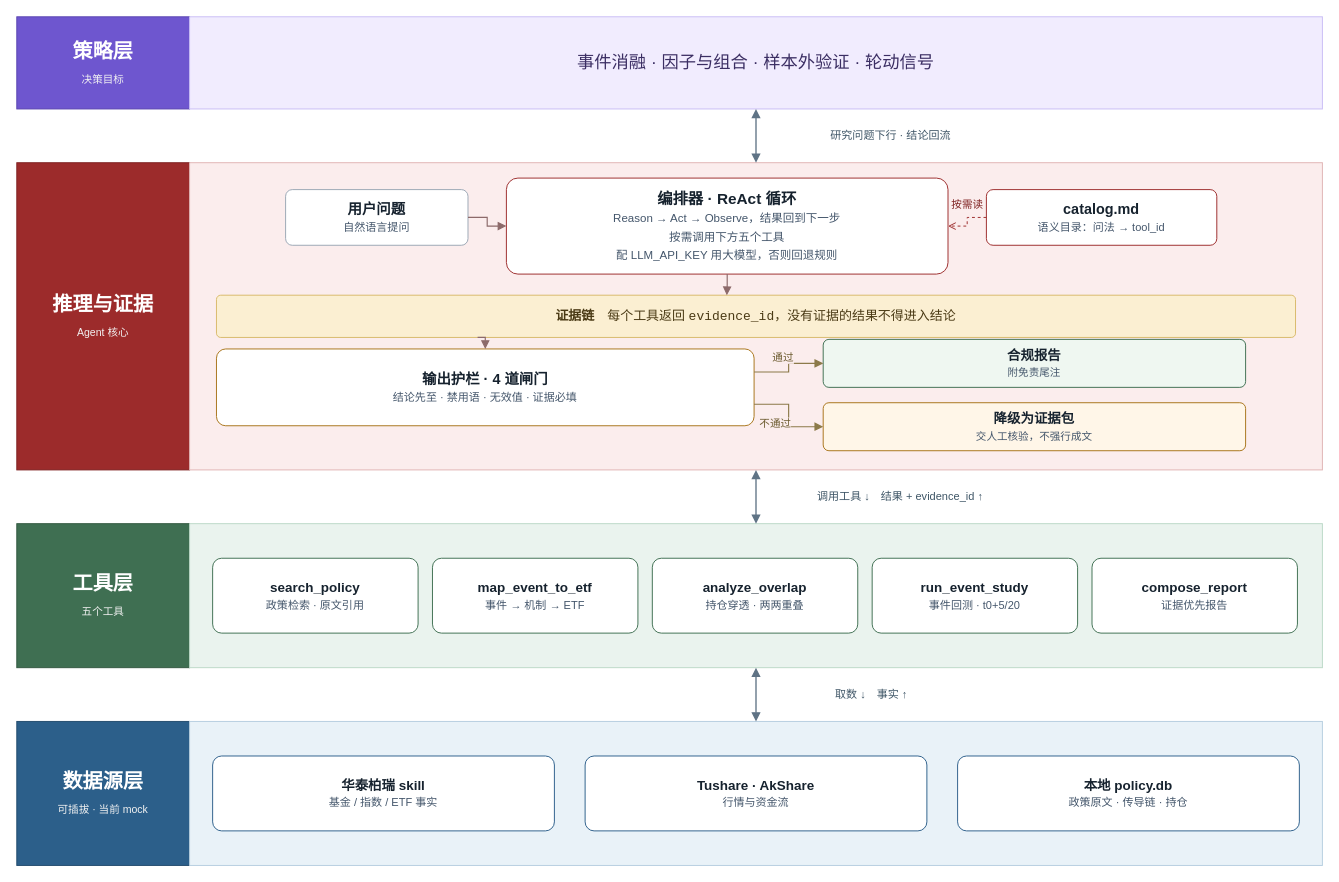
Earlier version of the draw.io diagram docs/architecture.drawio (ChinaLyn/etf-research-agent). Source tidied: cells renumbered, new cells numbered last; positions are measured from the earlier drawing's top-left corner, leaving out a move shared by most shapes. Both pictures are drawn from the tidied source at 96%, with x=0, y=0 at pixel (16, 16).
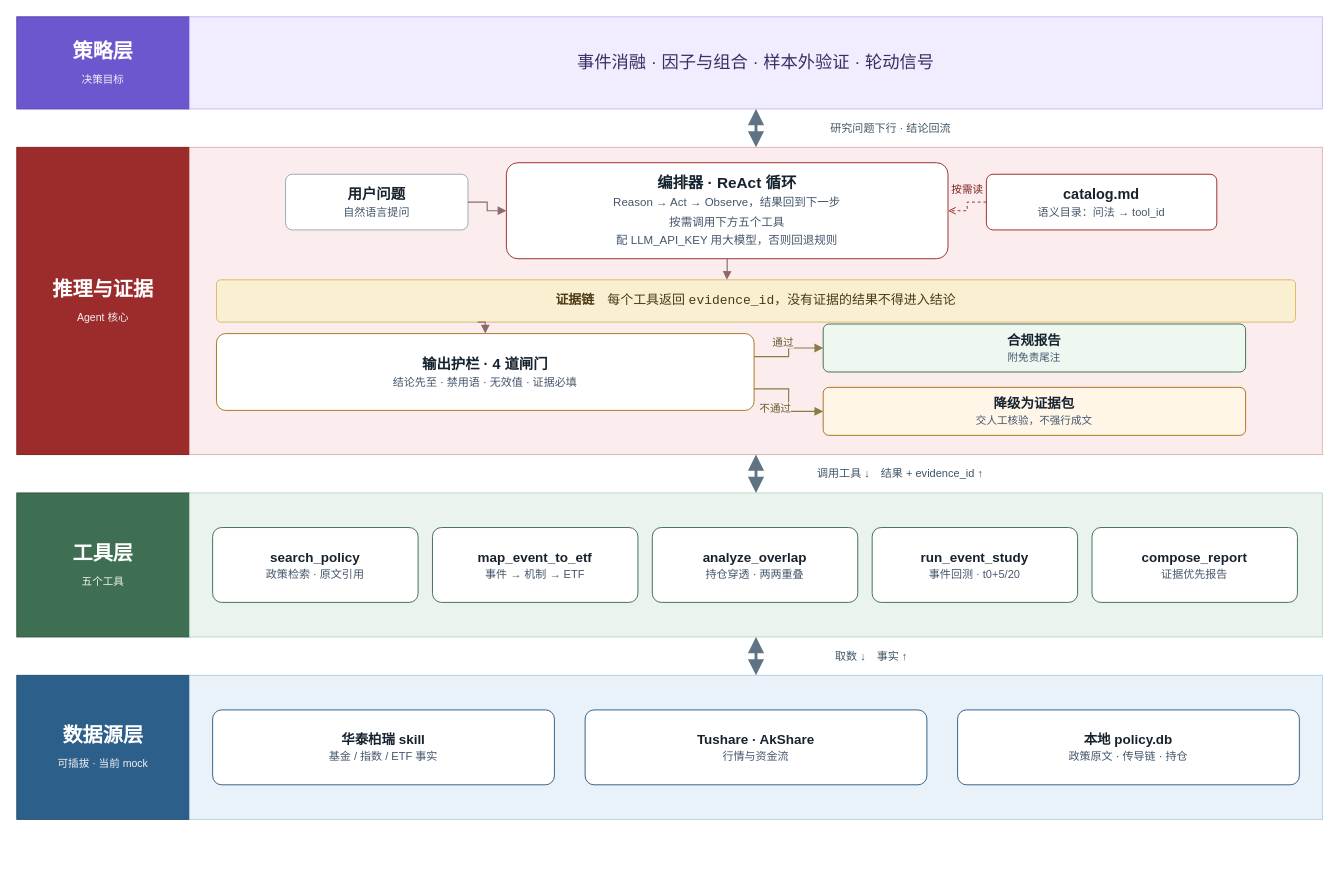
After the change.

Commit message (it also covers changes not shown here):
docs: 层间箭头缩短加粗，与分层色带的视觉重量对齐

Unchanged cells that the change refers to:
```xml
<mxCell id="3" style="rounded=0;whiteSpace=wrap;html=1;fontFamily=Microsoft YaHei;fillColor=#F1ECFE;strokeColor=#C9BEF5;" parent="1" vertex="1">
  <mxGeometry x="180" width="1180" height="96" as="geometry" />
</mxCell>
```

Diff of the diagram source:
```diff
@@
     <mxCell id="5" value="&lt;b&gt;推理与证据&lt;/b&gt;&lt;br&gt;&lt;font style=&quot;font-size:11px;color:#F2F2F2&quot;&gt;Agent 核心&lt;/font&gt;" style="rounded=0;whiteSpace=wrap;html=1;fontSize=21;fontColor=#FFFFFF;fontFamily=Microsoft YaHei;fillColor=#9C2B2B;strokeColor=#7F2222;" parent="1" vertex="1">
-      <mxGeometry y="152" width="180" height="320" as="geometry" />
+      <mxGeometry y="136" width="180" height="320" as="geometry" />
     </mxCell>
     <mxCell id="6" style="rounded=0;whiteSpace=wrap;html=1;fontFamily=Microsoft YaHei;fillColor=#FBEDED;strokeColor=#E0B4B4;" parent="1" vertex="1">
-      <mxGeometry x="180" y="152" width="1180" height="320" as="geometry" />
+      <mxGeometry x="180" y="136" width="1180" height="320" as="geometry" />
     </mxCell>
@@
     <mxCell id="20" value="&lt;b&gt;工具层&lt;/b&gt;&lt;br&gt;&lt;font style=&quot;font-size:11px;color:#F2F2F2&quot;&gt;五个工具&lt;/font&gt;" style="rounded=0;whiteSpace=wrap;html=1;fontSize=21;fontColor=#FFFFFF;fontFamily=Microsoft YaHei;fillColor=#3F6F52;strokeColor=#31573F;" parent="1" vertex="1">
-      <mxGeometry y="528" width="180" height="150" as="geometry" />
+      <mxGeometry y="496" width="180" height="150" as="geometry" />
     </mxCell>
     <mxCell id="21" style="rounded=0;whiteSpace=wrap;html=1;fontFamily=Microsoft YaHei;fillColor=#EAF3EE;strokeColor=#BCD9C7;" parent="1" vertex="1">
-      <mxGeometry x="180" y="528" width="1180" height="150" as="geometry" />
+      <mxGeometry x="180" y="496" width="1180" height="150" as="geometry" />
     </mxCell>
@@
     <mxCell id="27" value="&lt;b&gt;数据源层&lt;/b&gt;&lt;br&gt;&lt;font style=&quot;font-size:11px;color:#F2F2F2&quot;&gt;可插拔 · 当前 mock&lt;/font&gt;" style="rounded=0;whiteSpace=wrap;html=1;fontSize=21;fontColor=#FFFFFF;fontFamily=Microsoft YaHei;fillColor=#2C5F8A;strokeColor=#234C6E;" parent="1" vertex="1">
-      <mxGeometry y="734" width="180" height="150" as="geometry" />
+      <mxGeometry y="686" width="180" height="150" as="geometry" />
     </mxCell>
     <mxCell id="28" style="rounded=0;whiteSpace=wrap;html=1;fontFamily=Microsoft YaHei;fillColor=#E9F2F8;strokeColor=#B7CFE0;" parent="1" vertex="1">
-      <mxGeometry x="180" y="734" width="1180" height="150" as="geometry" />
+      <mxGeometry x="180" y="686" width="1180" height="150" as="geometry" />
     </mxCell>
@@
-    <mxCell id="32" value="研究问题下行 · 结论回流" style="edgeStyle=orthogonalEdgeStyle;rounded=0;html=1;startArrow=block;startFill=1;endArrow=block;endFill=1;strokeWidth=1.4;strokeColor=#5F7385;fontColor=#3E5566;fontSize=11.5;fontFamily=Microsoft YaHei;labelBackgroundColor=#FFFFFF;exitX=0.5;exitY=1;exitDx=0;exitDy=0;entryX=0.5;entryY=0;entryDx=0;entryDy=0;" parent="1" edge="1" source="3" target="6">
+    <mxCell id="32" value="研究问题下行 · 结论回流" style="edgeStyle=orthogonalEdgeStyle;rounded=0;html=1;startArrow=block;startFill=1;endArrow=block;endFill=1;strokeWidth=3;startSize=9;endSize=9;strokeColor=#5F7385;fontColor=#3E5566;fontSize=11.5;fontFamily=Microsoft YaHei;labelBackgroundColor=#FFFFFF;exitX=0.5;exitY=1;exitDx=0;exitDy=0;entryX=0.5;entryY=0;entryDx=0;entryDy=0;" parent="1" edge="1" source="3" target="6">
       <mxGeometry relative="1" as="geometry">
         <mxPoint x="140" as="offset" />
       </mxGeometry>
     </mxCell>
-    <mxCell id="33" value="调用工具 ↓　结果 + evidence_id ↑" style="edgeStyle=orthogonalEdgeStyle;rounded=0;html=1;startArrow=block;startFill=1;endArrow=block;endFill=1;strokeWidth=1.4;strokeColor=#5F7385;fontColor=#3E5566;fontSize=11.5;fontFamily=Microsoft YaHei;labelBackgroundColor=#FFFFFF;exitX=0.5;exitY=1;exitDx=0;exitDy=0;entryX=0.5;entryY=0;entryDx=0;entryDy=0;" parent="1" edge="1" source="6" target="21">
+    <mxCell id="33" value="调用工具 ↓　结果 + evidence_id ↑" style="edgeStyle=orthogonalEdgeStyle;rounded=0;html=1;startArrow=block;startFill=1;endArrow=block;endFill=1;strokeWidth=3;startSize=9;endSize=9;strokeColor=#5F7385;fontColor=#3E5566;fontSize=11.5;fontFamily=Microsoft YaHei;labelBackgroundColor=#FFFFFF;exitX=0.5;exitY=1;exitDx=0;exitDy=0;entryX=0.5;entryY=0;entryDx=0;entryDy=0;" parent="1" edge="1" source="6" target="21">
       <mxGeometry relative="1" as="geometry">
         <mxPoint x="150" as="offset" />
       </mxGeometry>
     </mxCell>
-    <mxCell id="34" value="取数 ↓　事实 ↑" style="edgeStyle=orthogonalEdgeStyle;rounded=0;html=1;startArrow=block;startFill=1;endArrow=block;endFill=1;strokeWidth=1.4;strokeColor=#5F7385;fontColor=#3E5566;fontSize=11.5;fontFamily=Microsoft YaHei;labelBackgroundColor=#FFFFFF;exitX=0.5;exitY=1;exitDx=0;exitDy=0;entryX=0.5;entryY=0;entryDx=0;entryDy=0;" parent="1" edge="1" source="21" target="28">
+    <mxCell id="34" value="取数 ↓　事实 ↑" style="edgeStyle=orthogonalEdgeStyle;rounded=0;html=1;startArrow=block;startFill=1;endArrow=block;endFill=1;strokeWidth=3;startSize=9;endSize=9;strokeColor=#5F7385;fontColor=#3E5566;fontSize=11.5;fontFamily=Microsoft YaHei;labelBackgroundColor=#FFFFFF;exitX=0.5;exitY=1;exitDx=0;exitDy=0;entryX=0.5;entryY=0;entryDx=0;entryDy=0;" parent="1" edge="1" source="21" target="28">
       <mxGeometry relative="1" as="geometry">
         <mxPoint x="120" as="offset" />
       </mxGeometry>
     </mxCell>
```
